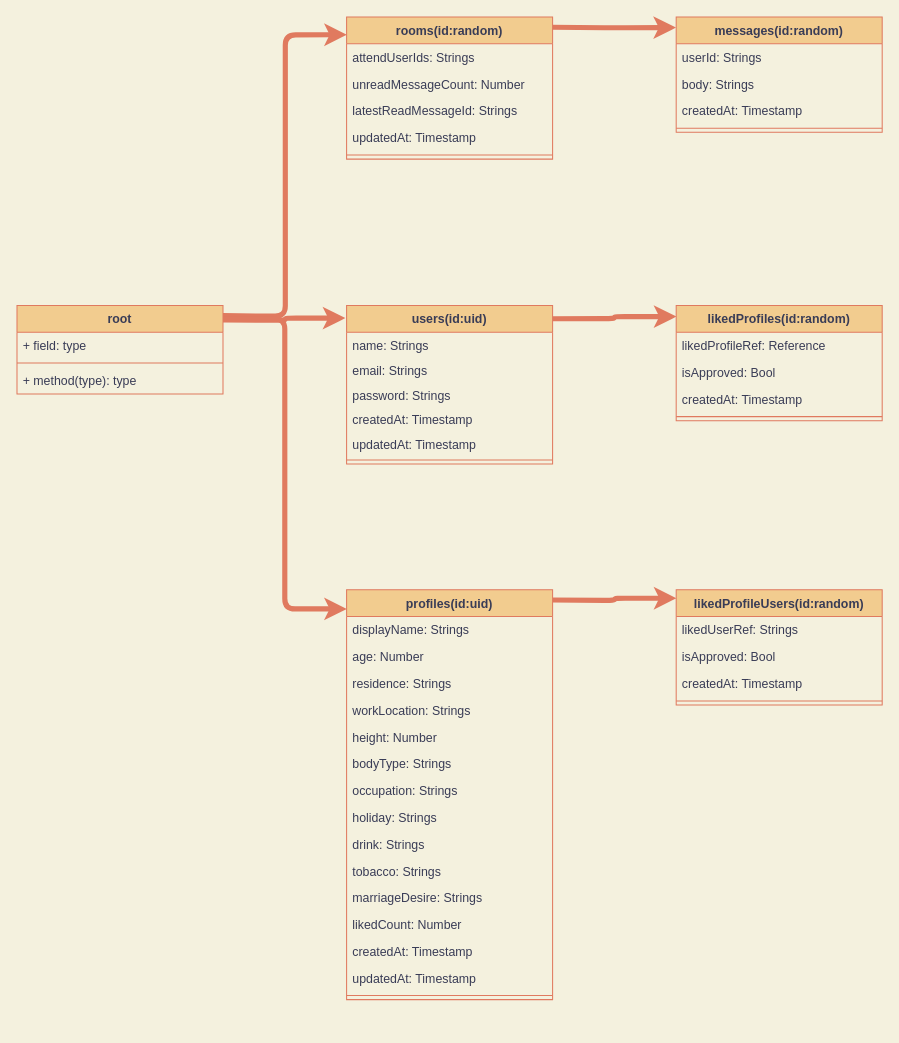
Before: store/firestore.drawio in KoheiB/my-matching-app, a draw.io diagram. Source tidied: cells renumbered, new cells numbered last; positions are measured from the earlier drawing's top-left corner, leaving out a move shared by most shapes. Both pictures are drawn from the tidied source at 103%, with x=0, y=0 at pixel (16, 16).
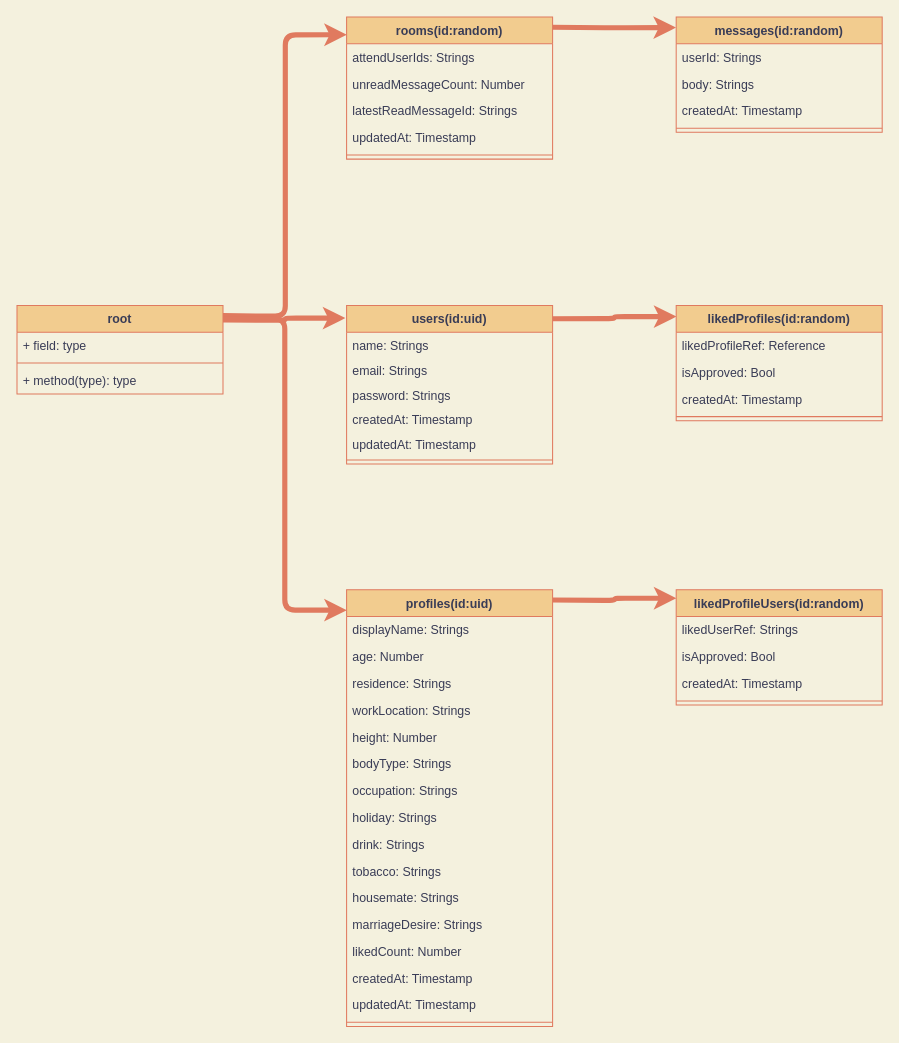
Above is the later version.

What changed in the source:
```diff
@@
     <mxCell id="12" value="profiles(id:uid)" style="swimlane;fontStyle=1;align=center;verticalAlign=top;horizontal=1;startSize=26;fillColor=#F2CC8F;strokeColor=#E07A5F;fontColor=#393C56;" parent="1" vertex="1">
-      <mxGeometry x="320" y="556" width="200" height="398" as="geometry" />
+      <mxGeometry x="320" y="556" width="200" height="424" as="geometry" />
     </mxCell>
@@
-    <mxCell id="23" value="marriageDesire: Strings" style="text;strokeColor=none;fillColor=none;align=left;verticalAlign=top;spacingLeft=4;spacingRight=4;overflow=hidden;fontColor=#393C56;" parent="12" vertex="1">
+    <mxCell id="23" value="housemate: Strings" style="text;strokeColor=none;fillColor=none;align=left;verticalAlign=top;spacingLeft=4;spacingRight=4;overflow=hidden;fontColor=#393C56;" parent="12" vertex="1">
       <mxGeometry y="286" width="200" height="26" as="geometry" />
     </mxCell>
+    <mxCell id="56" value="marriageDesire: Strings" style="text;strokeColor=none;fillColor=none;align=left;verticalAlign=top;spacingLeft=4;spacingRight=4;overflow=hidden;fontColor=#393C56;" parent="12" vertex="1">
+      <mxGeometry y="312" width="200" height="26" as="geometry" />
+    </mxCell>
     <mxCell id="24" value="likedCount: Number" style="text;strokeColor=none;fillColor=none;align=left;verticalAlign=top;spacingLeft=4;spacingRight=4;overflow=hidden;fontColor=#393C56;" parent="12" vertex="1">
-      <mxGeometry y="312" width="200" height="26" as="geometry" />
+      <mxGeometry y="338" width="200" height="26" as="geometry" />
     </mxCell>
     <mxCell id="25" value="createdAt: Timestamp" style="text;strokeColor=none;fillColor=none;align=left;verticalAlign=top;spacingLeft=4;spacingRight=4;overflow=hidden;fontColor=#393C56;" parent="12" vertex="1">
-      <mxGeometry y="338" width="200" height="26" as="geometry" />
+      <mxGeometry y="364" width="200" height="26" as="geometry" />
     </mxCell>
     <mxCell id="26" value="updatedAt: Timestamp" style="text;strokeColor=none;fillColor=none;align=left;verticalAlign=top;spacingLeft=4;spacingRight=4;overflow=hidden;fontColor=#393C56;" parent="12" vertex="1">
-      <mxGeometry y="364" width="200" height="26" as="geometry" />
+      <mxGeometry y="390" width="200" height="26" as="geometry" />
     </mxCell>
     <mxCell id="27" style="line;strokeWidth=1;fillColor=none;align=left;verticalAlign=middle;spacingTop=-1;spacingLeft=3;spacingRight=3;labelPosition=right;strokeColor=#E07A5F;fontColor=#393C56;labelBackgroundColor=#F4F1DE;" parent="12" vertex="1">
-      <mxGeometry y="390" width="200" height="8" as="geometry" />
+      <mxGeometry y="416" width="200" height="8" as="geometry" />
     </mxCell>
```
